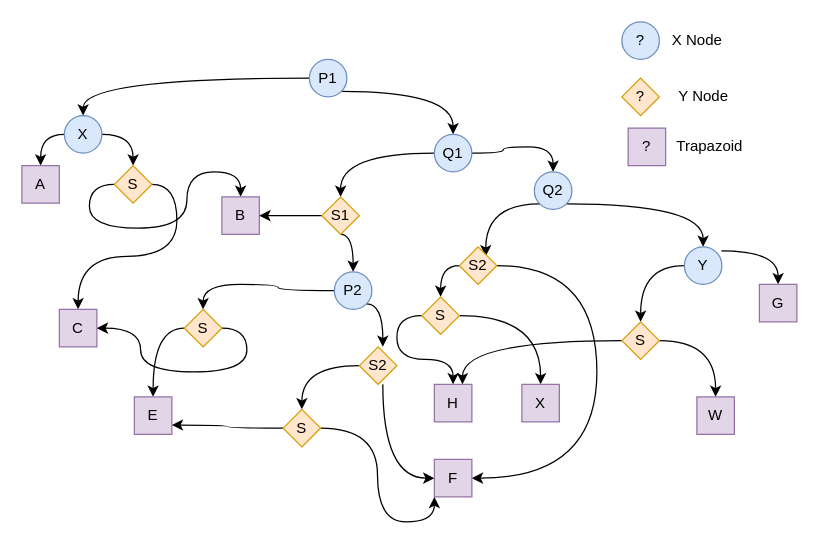
Before: HW3/images/Tree.drawio in ElliottP-13/ComputationalGeometry, a draw.io diagram. Source tidied: cells renumbered, new cells numbered last; positions are measured from the earlier drawing's top-left corner, leaving out a move shared by most shapes. Both pictures are drawn from the tidied source at 125%, with x=0, y=0 at pixel (21, 21).
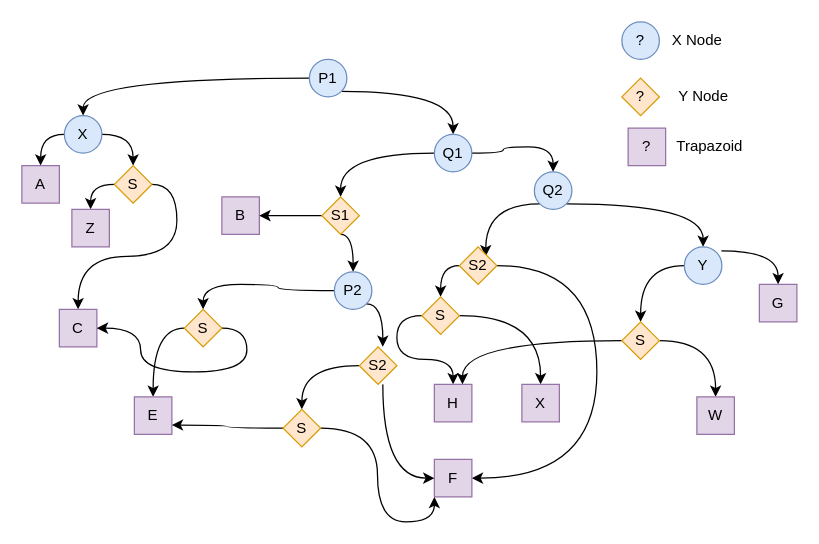
After the change.

The change refers to these unchanged cells:
```xml
<mxCell id="8" value="S" style="shape=hexagon;perimeter=hexagonPerimeter2;whiteSpace=wrap;html=1;fixedSize=1;size=16;fillColor=#ffe6cc;strokeColor=#d79b00;" parent="1" vertex="1">
  <mxGeometry x="74" y="115" width="30" height="30" as="geometry" />
</mxCell>
<mxCell id="9" value="B" style="rounded=0;whiteSpace=wrap;html=1;fillColor=#e1d5e7;strokeColor=#9673a6;" parent="1" vertex="1">
  <mxGeometry x="160" y="140" width="30" height="30" as="geometry" />
</mxCell>
```

The edit, as a diff of the source:
```diff
@@
-    <mxCell id="6" style="edgeStyle=orthogonalEdgeStyle;curved=1;jettySize=auto;html=1;exitX=0;exitY=0.5;exitDx=0;exitDy=0;entryX=0.5;entryY=0;entryDx=0;entryDy=0;" parent="1" edge="1" source="8" target="9">
-      <mxGeometry relative="1" as="geometry" />
-    </mxCell>
@@
+    <mxCell id="59" style="edgeStyle=orthogonalEdgeStyle;jettySize=auto;html=1;exitX=0;exitY=0.5;exitDx=0;exitDy=0;entryX=0.5;entryY=0;entryDx=0;entryDy=0;curved=1;" parent="1" edge="1" source="8" target="60">
+      <mxGeometry relative="1" as="geometry" />
+    </mxCell>
@@
+    <mxCell id="60" value="Z" style="rounded=0;whiteSpace=wrap;html=1;fillColor=#e1d5e7;strokeColor=#9673a6;" parent="1" vertex="1">
+      <mxGeometry x="40" y="150" width="30" height="30" as="geometry" />
+    </mxCell>
```
